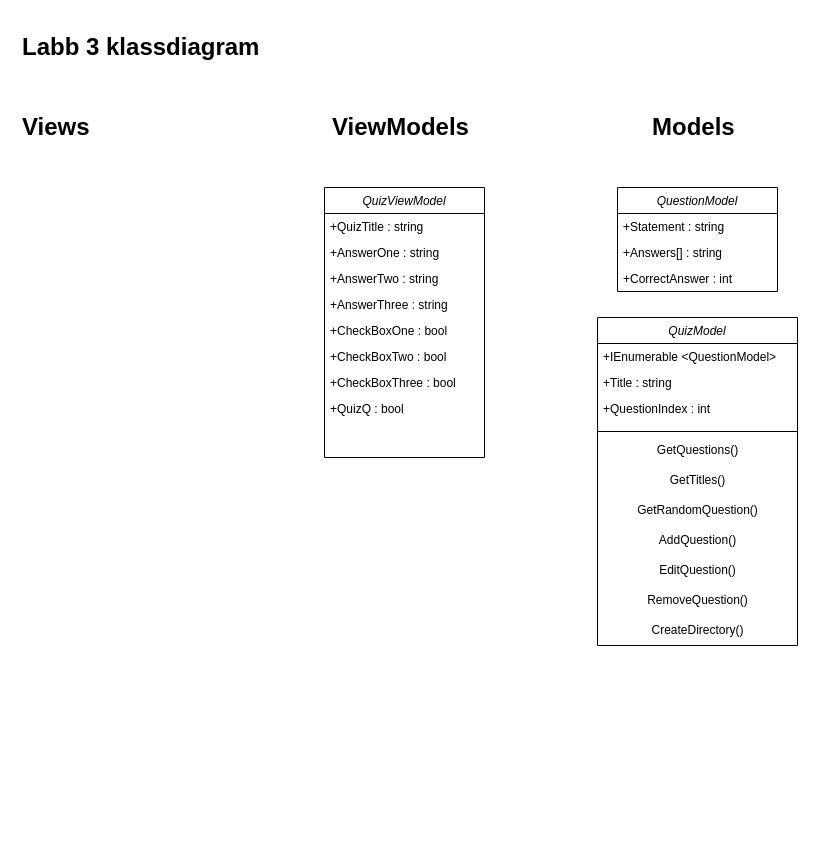
Before: Namnlöst diagram.drawio in MagSandberg/Labb3-Ressurrection, a draw.io diagram. Source tidied: cells renumbered, new cells numbered last; positions are measured from the earlier drawing's top-left corner, leaving out a move shared by most shapes. Both pictures are drawn from the tidied source at 100%, with x=0, y=0 at pixel (17, 27).
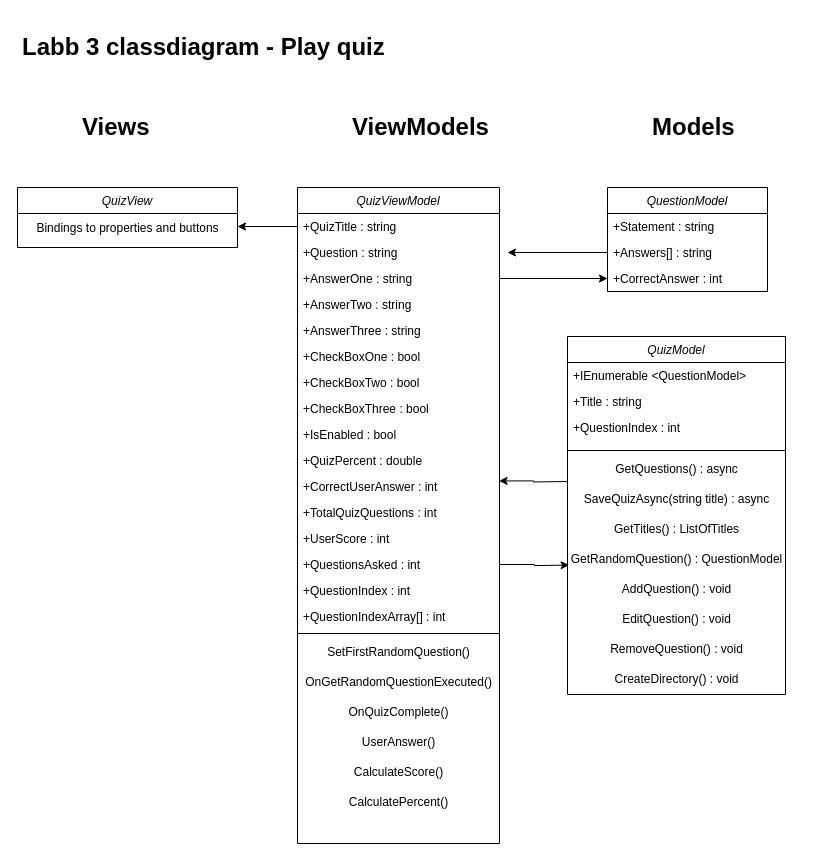
The same diagram, later.

The change refers to these unchanged cells:
```xml
<mxCell id="4" value="+Answers[] : string" style="text;align=left;verticalAlign=top;spacingLeft=4;spacingRight=4;overflow=hidden;points=[[0,0.5],[1,0.5]];portConstraint=eastwest;rounded=0;shadow=0;html=0;" parent="2" vertex="1">
  <mxGeometry y="52" width="160" height="26" as="geometry" />
</mxCell>
<mxCell id="5" value="+CorrectAnswer : int" style="text;align=left;verticalAlign=top;spacingLeft=4;spacingRight=4;overflow=hidden;points=[[0,0.5],[1,0.5]];portConstraint=eastwest;rounded=0;shadow=0;html=0;" parent="2" vertex="1">
  <mxGeometry y="78" width="160" height="26" as="geometry" />
</mxCell>
```

Diff of the diagram source:
```diff
@@
     <mxCell id="2" value="QuestionModel" style="swimlane;fontStyle=2;align=center;verticalAlign=top;horizontal=1;startSize=26;rounded=0;shadow=0;strokeWidth=1;" parent="1" vertex="1">
-      <mxGeometry x="600" y="160" width="160" height="104" as="geometry" />
+      <mxGeometry x="590" y="160" width="160" height="104" as="geometry" />
     </mxCell>
@@
-    <mxCell id="6" value="&lt;h1&gt;Labb 3 klassdiagram&lt;/h1&gt;" style="text;html=1;strokeColor=none;fillColor=none;spacing=5;spacingTop=-20;whiteSpace=wrap;overflow=hidden;rounded=0;" parent="1" vertex="1">
-      <mxGeometry width="270" height="50" as="geometry" />
+    <mxCell id="6" value="&lt;h1&gt;Labb 3 classdiagram - Play quiz&lt;/h1&gt;" style="text;html=1;strokeColor=none;fillColor=none;spacing=5;spacingTop=-20;whiteSpace=wrap;overflow=hidden;rounded=0;" parent="1" vertex="1">
+      <mxGeometry width="650" height="50" as="geometry" />
     </mxCell>
     <mxCell id="7" value="&lt;h1&gt;Views&lt;/h1&gt;" style="text;html=1;strokeColor=none;fillColor=none;spacing=5;spacingTop=-20;whiteSpace=wrap;overflow=hidden;rounded=0;" parent="1" vertex="1">
-      <mxGeometry y="80" width="100" height="40" as="geometry" />
+      <mxGeometry x="60" y="80" width="100" height="40" as="geometry" />
     </mxCell>
     <mxCell id="8" value="&lt;h1&gt;ViewModels&lt;/h1&gt;" style="text;html=1;strokeColor=none;fillColor=none;spacing=5;spacingTop=-20;whiteSpace=wrap;overflow=hidden;rounded=0;" parent="1" vertex="1">
-      <mxGeometry x="310" y="80" width="210" height="40" as="geometry" />
+      <mxGeometry x="330" y="80" width="210" height="40" as="geometry" />
     </mxCell>
@@
-    <mxCell id="10" value="QuizModel" style="swimlane;fontStyle=2;align=center;verticalAlign=top;horizontal=1;startSize=26;rounded=0;shadow=0;strokeWidth=1;" parent="1" vertex="1">
-      <mxGeometry x="580" y="290" width="200" height="328" as="geometry" />
-    </mxCell>
-    <mxCell id="11" value="+IEnumerable &lt;QuestionModel&gt;" style="text;align=left;verticalAlign=top;spacingLeft=4;spacingRight=4;overflow=hidden;" parent="10" vertex="1">
-      <mxGeometry y="26" width="200" height="26" as="geometry" />
-    </mxCell>
-    <mxCell id="12" value="+Title : string" style="text;align=left;verticalAlign=top;spacingLeft=4;spacingRight=4;overflow=hidden;rounded=0;shadow=0;html=0;" parent="10" vertex="1">
-      <mxGeometry y="52" width="200" height="26" as="geometry" />
-    </mxCell>
-    <mxCell id="13" value="+QuestionIndex : int" style="text;align=left;verticalAlign=top;spacingLeft=4;spacingRight=4;overflow=hidden;rounded=0;shadow=0;html=0;" parent="10" vertex="1">
-      <mxGeometry y="78" width="200" height="32" as="geometry" />
-    </mxCell>
-    <mxCell id="14" style="line;strokeWidth=1;fillColor=none;align=left;verticalAlign=middle;spacingTop=-1;spacingLeft=3;spacingRight=3;labelPosition=right;strokeColor=inherit;" parent="10" vertex="1">
-      <mxGeometry y="110" width="200" height="8" as="geometry" />
-    </mxCell>
-    <mxCell id="15" value="GetQuestions()" style="text;html=1;align=center;verticalAlign=middle;strokeColor=none;fillColor=none;" parent="10" vertex="1">
-      <mxGeometry y="118" width="200" height="30" as="geometry" />
-    </mxCell>
-    <mxCell id="16" value="GetTitles()" style="text;html=1;align=center;verticalAlign=middle;strokeColor=none;fillColor=none;" parent="10" vertex="1">
-      <mxGeometry y="148" width="200" height="30" as="geometry" />
-    </mxCell>
-    <mxCell id="17" value="GetRandomQuestion()" style="text;html=1;align=center;verticalAlign=middle;strokeColor=none;fillColor=none;" parent="10" vertex="1">
-      <mxGeometry y="178" width="200" height="30" as="geometry" />
-    </mxCell>
-    <mxCell id="18" value="AddQuestion()" style="text;html=1;align=center;verticalAlign=middle;strokeColor=none;fillColor=none;" parent="10" vertex="1">
-      <mxGeometry y="208" width="200" height="30" as="geometry" />
-    </mxCell>
-    <mxCell id="19" value="EditQuestion()" style="text;html=1;align=center;verticalAlign=middle;strokeColor=none;fillColor=none;" parent="10" vertex="1">
-      <mxGeometry y="238" width="200" height="30" as="geometry" />
-    </mxCell>
-    <mxCell id="20" value="RemoveQuestion()" style="text;html=1;align=center;verticalAlign=middle;strokeColor=none;fillColor=none;" parent="10" vertex="1">
-      <mxGeometry y="268" width="200" height="30" as="geometry" />
-    </mxCell>
-    <mxCell id="21" value="CreateDirectory()" style="text;html=1;align=center;verticalAlign=middle;strokeColor=none;fillColor=none;" parent="10" vertex="1">
-      <mxGeometry y="298" width="200" height="30" as="geometry" />
-    </mxCell>
+    <mxCell id="31" style="edgeStyle=orthogonalEdgeStyle;rounded=0;jettySize=auto;html=1;entryX=0.998;entryY=0.286;entryDx=0;entryDy=0;entryPerimeter=0;" parent="1" edge="1" target="34">
+      <mxGeometry relative="1" as="geometry">
+        <mxPoint x="550" y="454" as="sourcePoint" />
+      </mxGeometry>
+    </mxCell>
     <mxCell id="22" value="QuizViewModel" style="swimlane;fontStyle=2;align=center;verticalAlign=top;horizontal=1;startSize=26;rounded=0;shadow=0;strokeWidth=1;" parent="1" vertex="1">
-      <mxGeometry x="307" y="160" width="160" height="270" as="geometry" />
+      <mxGeometry x="280" y="160" width="202" height="656" as="geometry" />
     </mxCell>
     <mxCell id="23" value="+QuizTitle : string" style="text;align=left;verticalAlign=top;spacingLeft=4;spacingRight=4;overflow=hidden;points=[[0,0.5],[1,0.5]];portConstraint=eastwest;" parent="22" vertex="1">
-      <mxGeometry y="26" width="160" height="26" as="geometry" />
+      <mxGeometry y="26" width="202" height="26" as="geometry" />
     </mxCell>
+    <mxCell id="30" value="+Question : string" style="text;align=left;verticalAlign=top;spacingLeft=4;spacingRight=4;overflow=hidden;rounded=0;shadow=0;html=0;" parent="22" vertex="1">
+      <mxGeometry y="52" width="202" height="26" as="geometry" />
+    </mxCell>
     <mxCell id="24" value="+AnswerOne : string" style="text;align=left;verticalAlign=top;spacingLeft=4;spacingRight=4;overflow=hidden;points=[[0,0.5],[1,0.5]];portConstraint=eastwest;rounded=0;shadow=0;html=0;" parent="22" vertex="1">
-      <mxGeometry y="52" width="160" height="26" as="geometry" />
+      <mxGeometry y="78" width="202" height="26" as="geometry" />
     </mxCell>
     <mxCell id="25" value="+AnswerTwo : string" style="text;align=left;verticalAlign=top;spacingLeft=4;spacingRight=4;overflow=hidden;rounded=0;shadow=0;html=0;" parent="22" vertex="1">
-      <mxGeometry y="78" width="160" height="26" as="geometry" />
+      <mxGeometry y="104" width="202" height="26" as="geometry" />
     </mxCell>
     <mxCell id="26" value="+AnswerThree : string" style="text;align=left;verticalAlign=top;spacingLeft=4;spacingRight=4;overflow=hidden;rounded=0;shadow=0;html=0;" parent="22" vertex="1">
-      <mxGeometry y="104" width="160" height="26" as="geometry" />
+      <mxGeometry y="130" width="202" height="26" as="geometry" />
     </mxCell>
     <mxCell id="27" value="+CheckBoxOne : bool" style="text;align=left;verticalAlign=top;spacingLeft=4;spacingRight=4;overflow=hidden;rounded=0;shadow=0;html=0;" parent="22" vertex="1">
-      <mxGeometry y="130" width="160" height="26" as="geometry" />
+      <mxGeometry y="156" width="202" height="26" as="geometry" />
     </mxCell>
     <mxCell id="28" value="+CheckBoxTwo : bool" style="text;align=left;verticalAlign=top;spacingLeft=4;spacingRight=4;overflow=hidden;rounded=0;shadow=0;html=0;" parent="22" vertex="1">
-      <mxGeometry y="156" width="160" height="26" as="geometry" />
+      <mxGeometry y="182" width="202" height="26" as="geometry" />
     </mxCell>
     <mxCell id="29" value="+CheckBoxThree : bool" style="text;align=left;verticalAlign=top;spacingLeft=4;spacingRight=4;overflow=hidden;rounded=0;shadow=0;html=0;" parent="22" vertex="1">
-      <mxGeometry y="182" width="160" height="26" as="geometry" />
+      <mxGeometry y="208" width="202" height="26" as="geometry" />
     </mxCell>
-    <mxCell id="30" value="+QuizQ : bool" style="text;align=left;verticalAlign=top;spacingLeft=4;spacingRight=4;overflow=hidden;rounded=0;shadow=0;html=0;" parent="22" vertex="1">
-      <mxGeometry y="208" width="160" height="26" as="geometry" />
-    </mxCell>
+    <mxCell id="32" value="+IsEnabled : bool" style="text;align=left;verticalAlign=top;spacingLeft=4;spacingRight=4;overflow=hidden;rounded=0;shadow=0;html=0;" parent="22" vertex="1">
+      <mxGeometry y="234" width="202" height="26" as="geometry" />
+    </mxCell>
+    <mxCell id="33" value="+QuizPercent : double" style="text;align=left;verticalAlign=top;spacingLeft=4;spacingRight=4;overflow=hidden;rounded=0;shadow=0;html=0;" parent="22" vertex="1">
+      <mxGeometry y="260" width="202" height="26" as="geometry" />
+    </mxCell>
+    <mxCell id="34" value="+CorrectUserAnswer : int" style="text;align=left;verticalAlign=top;spacingLeft=4;spacingRight=4;overflow=hidden;points=[[0,0.5],[1,0.5]];portConstraint=eastwest;rounded=0;shadow=0;html=0;" parent="22" vertex="1">
+      <mxGeometry y="286" width="202" height="26" as="geometry" />
+    </mxCell>
+    <mxCell id="35" value="+TotalQuizQuestions : int" style="text;align=left;verticalAlign=top;spacingLeft=4;spacingRight=4;overflow=hidden;rounded=0;shadow=0;html=0;" parent="22" vertex="1">
+      <mxGeometry y="312" width="202" height="26" as="geometry" />
+    </mxCell>
+    <mxCell id="36" value="+UserScore : int" style="text;align=left;verticalAlign=top;spacingLeft=4;spacingRight=4;overflow=hidden;rounded=0;shadow=0;html=0;" parent="22" vertex="1">
+      <mxGeometry y="338" width="202" height="26" as="geometry" />
+    </mxCell>
+    <mxCell id="37" value="+QuestionsAsked : int" style="text;align=left;verticalAlign=top;spacingLeft=4;spacingRight=4;overflow=hidden;points=[[0,0.5],[1,0.5]];portConstraint=eastwest;rounded=0;shadow=0;html=0;" parent="22" vertex="1">
+      <mxGeometry y="364" width="202" height="26" as="geometry" />
+    </mxCell>
+    <mxCell id="38" value="+QuestionIndex : int" style="text;align=left;verticalAlign=top;spacingLeft=4;spacingRight=4;overflow=hidden;rounded=0;shadow=0;html=0;" parent="22" vertex="1">
+      <mxGeometry y="390" width="202" height="26" as="geometry" />
+    </mxCell>
+    <mxCell id="39" value="+QuestionIndexArray[] : int" style="text;align=left;verticalAlign=top;spacingLeft=4;spacingRight=4;overflow=hidden;rounded=0;shadow=0;html=0;" parent="22" vertex="1">
+      <mxGeometry y="416" width="202" height="26" as="geometry" />
+    </mxCell>
+    <mxCell id="40" style="line;strokeWidth=1;fillColor=none;align=left;verticalAlign=middle;spacingTop=-1;spacingLeft=3;spacingRight=3;labelPosition=right;strokeColor=inherit;" parent="22" vertex="1">
+      <mxGeometry y="442" width="202" height="8" as="geometry" />
+    </mxCell>
+    <mxCell id="41" value="SetFirstRandomQuestion()" style="text;html=1;align=center;verticalAlign=middle;strokeColor=none;fillColor=none;" parent="22" vertex="1">
+      <mxGeometry y="450" width="202" height="30" as="geometry" />
+    </mxCell>
+    <mxCell id="42" value="OnGetRandomQuestionExecuted()" style="text;html=1;align=center;verticalAlign=middle;strokeColor=none;fillColor=none;" parent="22" vertex="1">
+      <mxGeometry y="480" width="202" height="30" as="geometry" />
+    </mxCell>
+    <mxCell id="43" value="OnQuizComplete()" style="text;html=1;align=center;verticalAlign=middle;strokeColor=none;fillColor=none;" parent="22" vertex="1">
+      <mxGeometry y="510" width="202" height="30" as="geometry" />
+    </mxCell>
+    <mxCell id="44" value="UserAnswer()" style="text;html=1;align=center;verticalAlign=middle;strokeColor=none;fillColor=none;" parent="22" vertex="1">
+      <mxGeometry y="540" width="202" height="30" as="geometry" />
+    </mxCell>
+    <mxCell id="45" value="CalculateScore()" style="text;html=1;align=center;verticalAlign=middle;strokeColor=none;fillColor=none;" parent="22" vertex="1">
+      <mxGeometry y="570" width="202" height="30" as="geometry" />
+    </mxCell>
+    <mxCell id="46" value="CalculatePercent()" style="text;html=1;align=center;verticalAlign=middle;strokeColor=none;fillColor=none;" parent="22" vertex="1">
+      <mxGeometry y="600" width="202" height="30" as="geometry" />
+    </mxCell>
+    <mxCell id="47" style="edgeStyle=orthogonalEdgeStyle;rounded=0;jettySize=auto;html=1;entryX=0;entryY=0.5;entryDx=0;entryDy=0;" parent="1" edge="1" source="24" target="5">
+      <mxGeometry relative="1" as="geometry" />
+    </mxCell>
+    <mxCell id="48" value="QuizView" style="swimlane;fontStyle=2;align=center;verticalAlign=top;horizontal=1;startSize=26;rounded=0;shadow=0;strokeWidth=1;" parent="1" vertex="1">
+      <mxGeometry y="160" width="220" height="60" as="geometry" />
+    </mxCell>
+    <mxCell id="49" value="Bindings to properties and buttons" style="text;html=1;align=center;verticalAlign=middle;strokeColor=none;fillColor=none;" parent="48" vertex="1">
+      <mxGeometry y="26" width="220" height="30" as="geometry" />
+    </mxCell>
+    <mxCell id="50" style="edgeStyle=orthogonalEdgeStyle;rounded=0;jettySize=auto;html=1;entryX=1;entryY=0.5;entryDx=0;entryDy=0;" parent="1" edge="1" source="23">
+      <mxGeometry relative="1" as="geometry">
+        <mxPoint x="220" y="199" as="targetPoint" />
+      </mxGeometry>
+    </mxCell>
+    <mxCell id="51" style="edgeStyle=orthogonalEdgeStyle;rounded=0;jettySize=auto;html=1;entryX=0.008;entryY=0.32;entryDx=0;entryDy=0;entryPerimeter=0;" parent="1" edge="1" source="37">
+      <mxGeometry relative="1" as="geometry">
+        <mxPoint x="551.6" y="537.6" as="targetPoint" />
+      </mxGeometry>
+    </mxCell>
+    <mxCell id="52" style="edgeStyle=orthogonalEdgeStyle;rounded=0;jettySize=auto;html=1;" parent="1" edge="1" source="4">
+      <mxGeometry relative="1" as="geometry">
+        <mxPoint x="490" y="225" as="targetPoint" />
+      </mxGeometry>
+    </mxCell>
+    <mxCell id="10" value="QuizModel" style="swimlane;fontStyle=2;align=center;verticalAlign=top;horizontal=1;startSize=26;rounded=0;shadow=0;strokeWidth=1;" parent="1" vertex="1">
+      <mxGeometry x="550" y="309" width="218" height="358" as="geometry" />
+    </mxCell>
+    <mxCell id="11" value="+IEnumerable &lt;QuestionModel&gt;" style="text;align=left;verticalAlign=top;spacingLeft=4;spacingRight=4;overflow=hidden;" parent="10" vertex="1">
+      <mxGeometry y="26" width="218" height="26" as="geometry" />
+    </mxCell>
+    <mxCell id="12" value="+Title : string" style="text;align=left;verticalAlign=top;spacingLeft=4;spacingRight=4;overflow=hidden;rounded=0;shadow=0;html=0;" parent="10" vertex="1">
+      <mxGeometry y="52" width="218" height="26" as="geometry" />
+    </mxCell>
+    <mxCell id="53" value="+QuestionIndex : int" style="text;align=left;verticalAlign=top;spacingLeft=4;spacingRight=4;overflow=hidden;rounded=0;shadow=0;html=0;" parent="10" vertex="1">
+      <mxGeometry y="78" width="218" height="32" as="geometry" />
+    </mxCell>
+    <mxCell id="54" style="line;strokeWidth=1;fillColor=none;align=left;verticalAlign=middle;spacingTop=-1;spacingLeft=3;spacingRight=3;labelPosition=right;strokeColor=inherit;" parent="10" vertex="1">
+      <mxGeometry y="110" width="218" height="8" as="geometry" />
+    </mxCell>
+    <mxCell id="55" value="GetQuestions() : async" style="text;html=1;align=center;verticalAlign=middle;strokeColor=none;fillColor=none;" parent="10" vertex="1">
+      <mxGeometry y="118" width="218" height="30" as="geometry" />
+    </mxCell>
+    <mxCell id="56" value="SaveQuizAsync(string title) : async" style="text;html=1;align=center;verticalAlign=middle;strokeColor=none;fillColor=none;" parent="10" vertex="1">
+      <mxGeometry y="148" width="218" height="30" as="geometry" />
+    </mxCell>
+    <mxCell id="57" value="GetTitles() : ListOfTitles" style="text;html=1;align=center;verticalAlign=middle;strokeColor=none;fillColor=none;" parent="10" vertex="1">
+      <mxGeometry y="178" width="218" height="30" as="geometry" />
+    </mxCell>
+    <mxCell id="58" value="GetRandomQuestion() : QuestionModel" style="text;html=1;align=center;verticalAlign=middle;strokeColor=none;fillColor=none;" parent="10" vertex="1">
+      <mxGeometry y="208" width="218" height="30" as="geometry" />
+    </mxCell>
+    <mxCell id="59" value="AddQuestion() : void" style="text;html=1;align=center;verticalAlign=middle;strokeColor=none;fillColor=none;" parent="10" vertex="1">
+      <mxGeometry y="238" width="218" height="30" as="geometry" />
+    </mxCell>
+    <mxCell id="60" value="EditQuestion()&amp;nbsp;: void" style="text;html=1;align=center;verticalAlign=middle;strokeColor=none;fillColor=none;" parent="10" vertex="1">
+      <mxGeometry y="268" width="218" height="30" as="geometry" />
+    </mxCell>
+    <mxCell id="61" value="RemoveQuestion()&amp;nbsp;: void" style="text;html=1;align=center;verticalAlign=middle;strokeColor=none;fillColor=none;" parent="10" vertex="1">
+      <mxGeometry y="298" width="218" height="30" as="geometry" />
+    </mxCell>
+    <mxCell id="62" value="CreateDirectory()&amp;nbsp;: void" style="text;html=1;align=center;verticalAlign=middle;strokeColor=none;fillColor=none;" parent="10" vertex="1">
+      <mxGeometry y="328" width="218" height="30" as="geometry" />
+    </mxCell>
```
